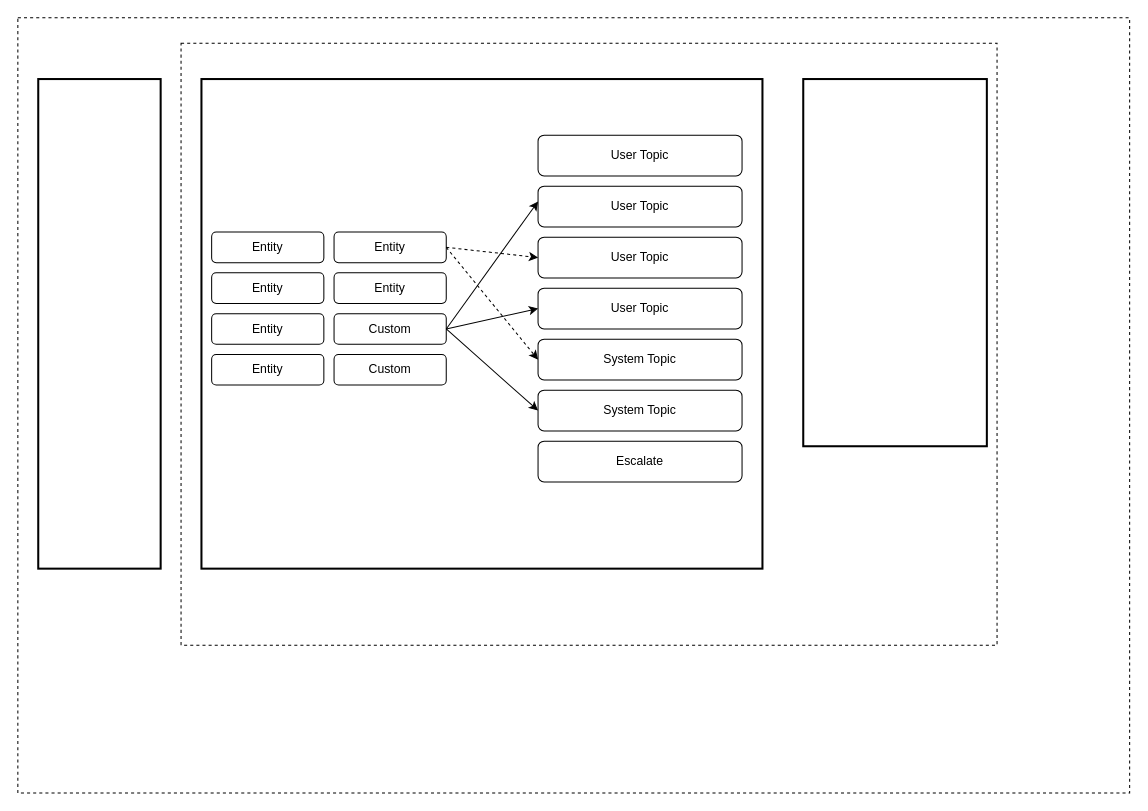
The draw.io diagram page "Page-2" (2 of 2) of Untitled Diagram.drawio in Josh-Hin/diagrams, before the edit. Source tidied: cells renumbered, new cells numbered last; positions are measured from the earlier drawing's top-left corner, leaving out a move shared by most shapes. Both pictures are drawn from the tidied source at 102%, with x=0, y=0 at pixel (17, 17).
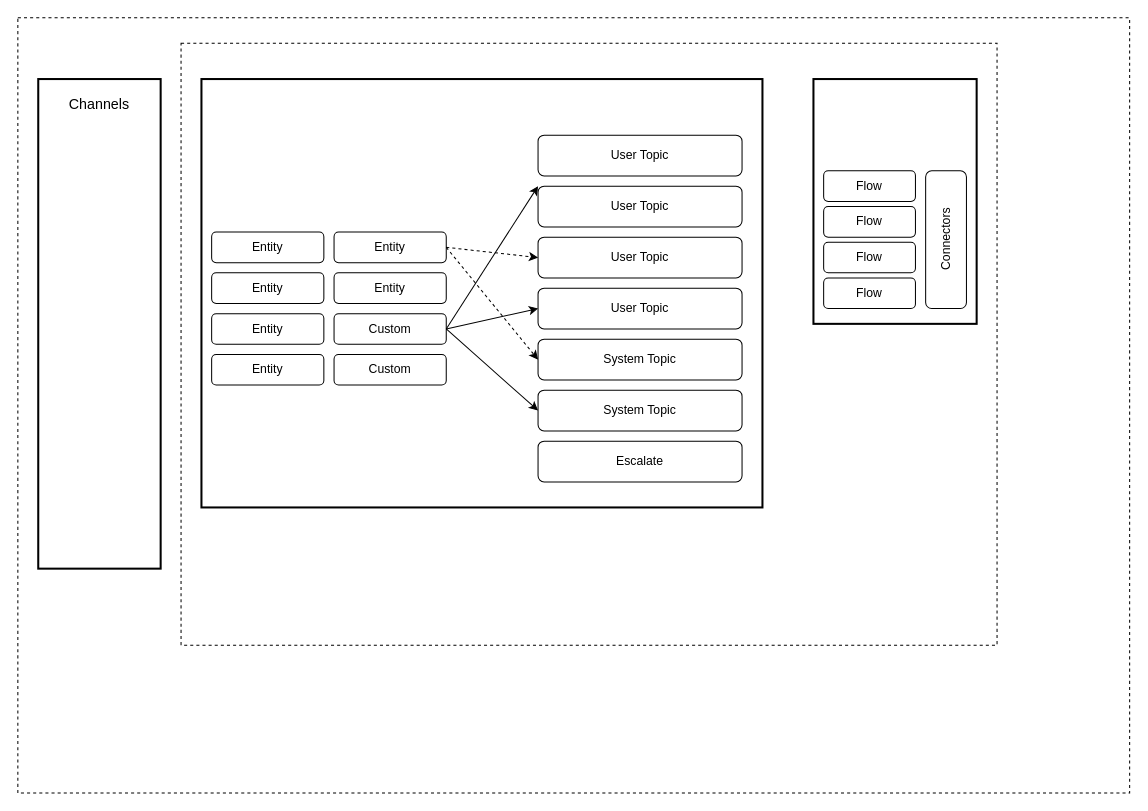
After the change.

Diff of the diagram source:
```diff
@@
     <mxCell id="5" style="rounded=0;whiteSpace=wrap;html=1;strokeColor=default;align=center;verticalAlign=middle;fontFamily=Helvetica;fontSize=12;fontColor=default;fillColor=default;gradientColor=none;strokeWidth=2;" parent="1" vertex="1">
-      <mxGeometry x="180" y="60" width="550" height="480" as="geometry" />
+      <mxGeometry x="180" y="60" width="550" height="420" as="geometry" />
     </mxCell>
     <mxCell id="6" style="rounded=0;whiteSpace=wrap;html=1;strokeColor=default;align=center;verticalAlign=middle;fontFamily=Helvetica;fontSize=12;fontColor=default;fillColor=default;gradientColor=none;strokeWidth=2;" parent="1" vertex="1">
-      <mxGeometry x="770" y="60" width="180" height="360" as="geometry" />
+      <mxGeometry x="780" y="60" width="160" height="240" as="geometry" />
     </mxCell>
@@
+    <mxCell id="27" value="Channels" style="text;html=1;strokeColor=none;fillColor=none;align=center;verticalAlign=middle;whiteSpace=wrap;rounded=0;fontSize=14;" parent="1" vertex="1">
+      <mxGeometry x="45" y="70" width="70" height="30" as="geometry" />
+    </mxCell>
+    <mxCell id="28" value="Flow" style="rounded=1;whiteSpace=wrap;html=1;strokeColor=default;align=center;verticalAlign=middle;fontFamily=Helvetica;fontSize=12;fontColor=default;fillColor=default;gradientColor=none;" parent="1" vertex="1">
+      <mxGeometry x="790" y="150" width="90" height="30" as="geometry" />
+    </mxCell>
+    <mxCell id="29" value="Connectors" style="rounded=1;whiteSpace=wrap;html=1;strokeColor=default;align=center;verticalAlign=middle;fontFamily=Helvetica;fontSize=12;fontColor=default;fillColor=default;gradientColor=none;direction=south;horizontal=0;" parent="1" vertex="1">
+      <mxGeometry x="890" y="150" width="40" height="135" as="geometry" />
+    </mxCell>
+    <mxCell id="30" value="Flow" style="rounded=1;whiteSpace=wrap;html=1;strokeColor=default;align=center;verticalAlign=middle;fontFamily=Helvetica;fontSize=12;fontColor=default;fillColor=default;gradientColor=none;" parent="1" vertex="1">
+      <mxGeometry x="790" y="185" width="90" height="30" as="geometry" />
+    </mxCell>
+    <mxCell id="31" value="Flow" style="rounded=1;whiteSpace=wrap;html=1;strokeColor=default;align=center;verticalAlign=middle;fontFamily=Helvetica;fontSize=12;fontColor=default;fillColor=default;gradientColor=none;" parent="1" vertex="1">
+      <mxGeometry x="790" y="220" width="90" height="30" as="geometry" />
+    </mxCell>
+    <mxCell id="32" value="Flow" style="rounded=1;whiteSpace=wrap;html=1;strokeColor=default;align=center;verticalAlign=middle;fontFamily=Helvetica;fontSize=12;fontColor=default;fillColor=default;gradientColor=none;" parent="1" vertex="1">
+      <mxGeometry x="790" y="255" width="90" height="30" as="geometry" />
+    </mxCell>
```
